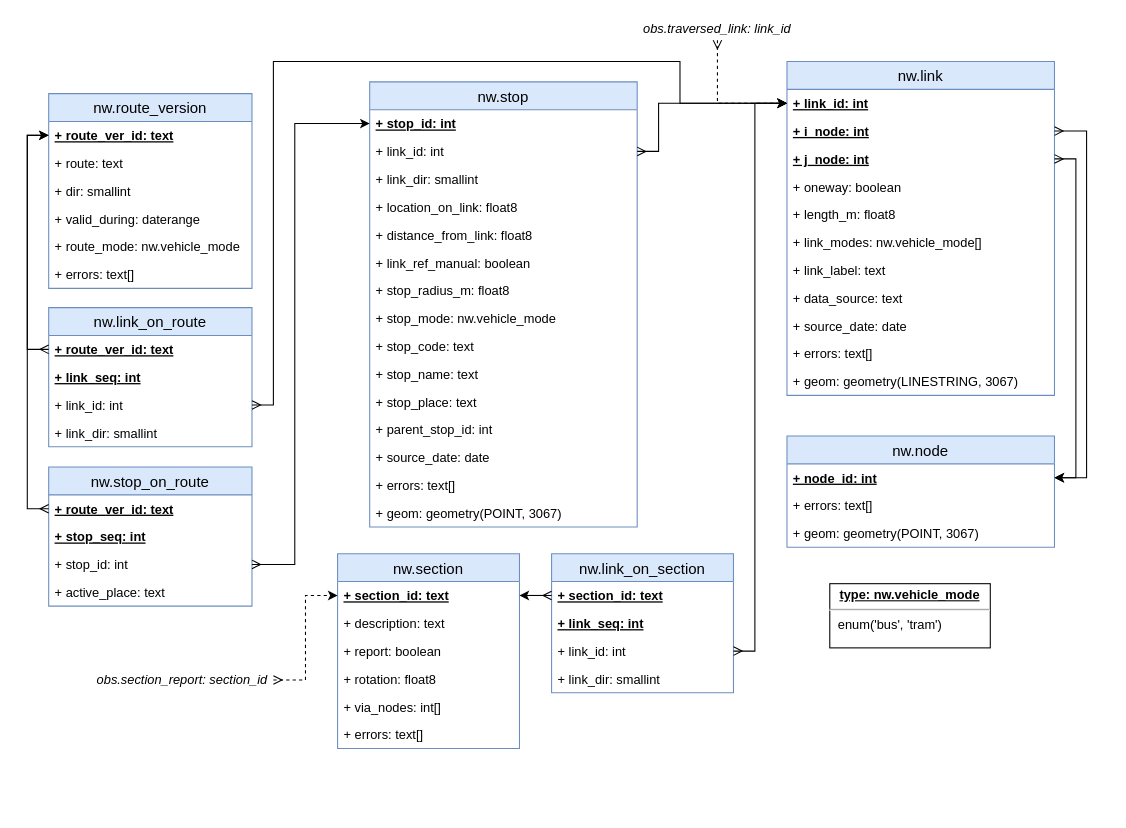
Earlier version of the draw.io diagram page "relations" (1 of 6) of docs/sujuikoDB.drawio (datarttu/sujuikoDB). Source tidied: cells renumbered, new cells numbered last; positions are measured from the earlier drawing's top-left corner, leaving out a move shared by most shapes. Both pictures are drawn from the tidied source at 107%, with x=0, y=0 at pixel (48, 18).
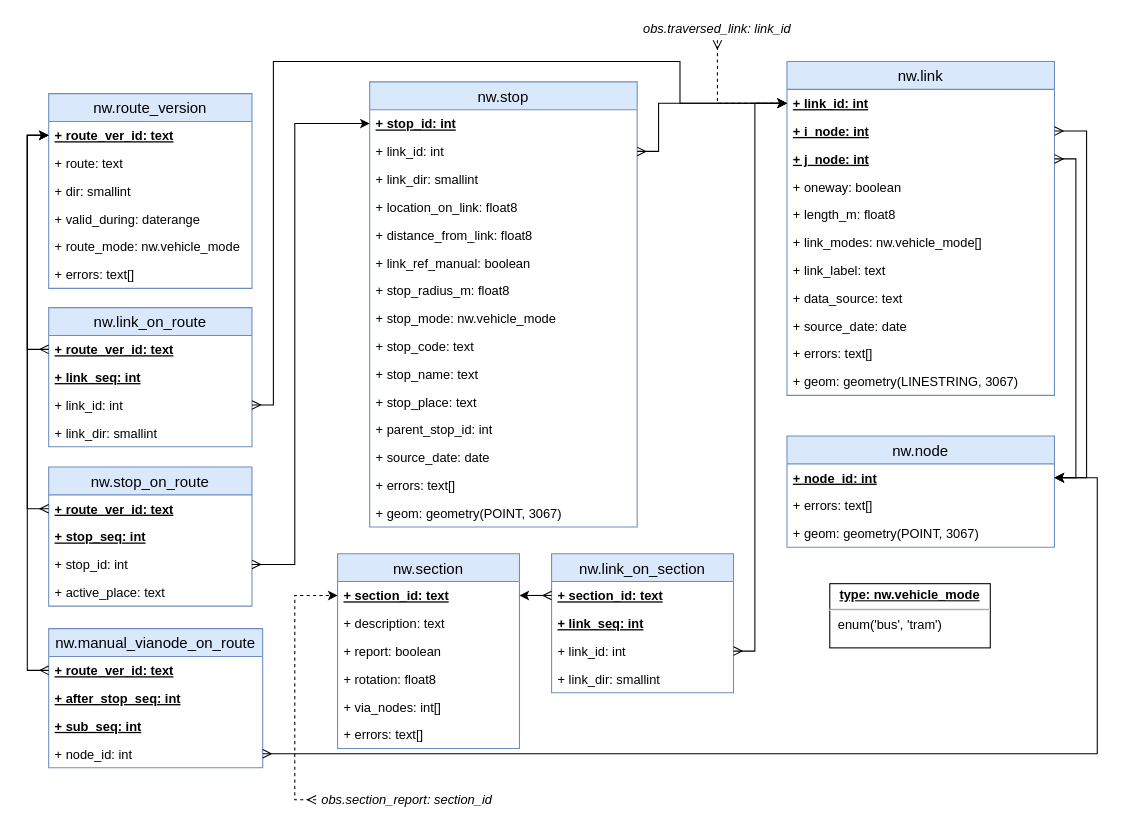
The same diagram, later.

Commit message (it also covers changes not shown here):
Add manual vianode table and vianode_on_route view

The change refers to these unchanged cells:
```xml
<mxCell id="16" value="+ node_id: int" style="text;strokeColor=none;fillColor=none;spacingLeft=4;spacingRight=4;overflow=hidden;points=[[0,0.5],[1,0.5]];portConstraint=eastwest;fontSize=12;fontStyle=5;" parent="15" vertex="1">
  <mxGeometry y="26" width="250" height="26" as="geometry" />
</mxCell>
<mxCell id="38" value="+ route_ver_id: text" style="text;strokeColor=none;fillColor=none;spacingLeft=4;spacingRight=4;overflow=hidden;points=[[0,0.5],[1,0.5]];portConstraint=eastwest;fontSize=12;fontStyle=5;" parent="37" vertex="1">
  <mxGeometry y="26" width="190" height="26" as="geometry" />
</mxCell>
<mxCell id="57" value="+ section_id: text" style="text;strokeColor=none;fillColor=none;spacingLeft=4;spacingRight=4;overflow=hidden;points=[[0,0.5],[1,0.5]];portConstraint=eastwest;fontSize=12;fontStyle=5;" parent="56" vertex="1">
  <mxGeometry y="26" width="170" height="26" as="geometry" />
</mxCell>
```

What changed in the source:
```diff
@@
-    <mxCell id="75" style="edgeStyle=orthogonalEdgeStyle;rounded=0;jettySize=auto;html=1;exitX=1;exitY=0.5;exitDx=0;exitDy=0;entryX=0;entryY=0.5;entryDx=0;entryDy=0;dashed=1;startArrow=ERmany;startFill=0;" parent="1" edge="1" source="76" target="57">
+    <mxCell id="75" style="edgeStyle=orthogonalEdgeStyle;rounded=0;jettySize=auto;html=1;exitX=0;exitY=0.5;exitDx=0;exitDy=0;entryX=0;entryY=0.5;entryDx=0;entryDy=0;dashed=1;startArrow=ERmany;startFill=0;" parent="1" edge="1" source="76" target="57">
       <mxGeometry relative="1" as="geometry" />
     </mxCell>
     <mxCell id="76" value="obs.section_report: section_id" style="text;html=1;strokeColor=none;fillColor=none;align=center;verticalAlign=middle;whiteSpace=wrap;rounded=0;fontStyle=2;" parent="1" vertex="1">
-      <mxGeometry x="40" y="608" width="170" height="20" as="geometry" />
+      <mxGeometry x="250" y="720" width="170" height="20" as="geometry" />
     </mxCell>
+    <mxCell id="77" value="nw.manual_vianode_on_route" style="swimlane;fontStyle=0;horizontal=1;startSize=26;fillColor=#dae8fc;swimlaneFillColor=#ffffff;align=center;fontSize=14;strokeColor=#6c8ebf;" parent="1" vertex="1">
+      <mxGeometry y="570" width="200" height="130" as="geometry" />
+    </mxCell>
+    <mxCell id="78" value="+ route_ver_id: text" style="text;strokeColor=none;fillColor=none;spacingLeft=4;spacingRight=4;overflow=hidden;points=[[0,0.5],[1,0.5]];portConstraint=eastwest;fontSize=12;fontStyle=5;" parent="77" vertex="1">
+      <mxGeometry y="26" width="200" height="26" as="geometry" />
+    </mxCell>
+    <mxCell id="79" value="+ after_stop_seq: int" style="text;strokeColor=none;fillColor=none;spacingLeft=4;spacingRight=4;overflow=hidden;fontSize=12;fontStyle=5;" parent="77" vertex="1">
+      <mxGeometry y="52" width="200" height="26" as="geometry" />
+    </mxCell>
+    <mxCell id="80" value="+ sub_seq: int" style="text;strokeColor=none;fillColor=none;spacingLeft=4;spacingRight=4;overflow=hidden;fontSize=12;fontStyle=5;" parent="77" vertex="1">
+      <mxGeometry y="78" width="200" height="26" as="geometry" />
+    </mxCell>
+    <mxCell id="81" value="+ node_id: int" style="text;strokeColor=none;fillColor=none;spacingLeft=4;spacingRight=4;overflow=hidden;points=[[0,0.5],[1,0.5]];portConstraint=eastwest;fontSize=12;fontStyle=0;" parent="77" vertex="1">
+      <mxGeometry y="104" width="200" height="26" as="geometry" />
+    </mxCell>
+    <mxCell id="82" style="edgeStyle=orthogonalEdgeStyle;rounded=0;jettySize=auto;html=1;exitX=0;exitY=0.5;exitDx=0;exitDy=0;entryX=0;entryY=0.5;entryDx=0;entryDy=0;startArrow=ERmany;startFill=0;" parent="1" edge="1" source="78" target="38">
+      <mxGeometry relative="1" as="geometry" />
+    </mxCell>
+    <mxCell id="83" style="edgeStyle=orthogonalEdgeStyle;rounded=0;jettySize=auto;html=1;exitX=1;exitY=0.5;exitDx=0;exitDy=0;entryX=1;entryY=0.5;entryDx=0;entryDy=0;startArrow=ERmany;startFill=0;" parent="1" edge="1" source="81" target="16">
+      <mxGeometry relative="1" as="geometry">
+        <Array as="points">
+          <mxPoint x="980" y="687" />
+          <mxPoint x="980" y="429" />
+        </Array>
+      </mxGeometry>
+    </mxCell>
```
